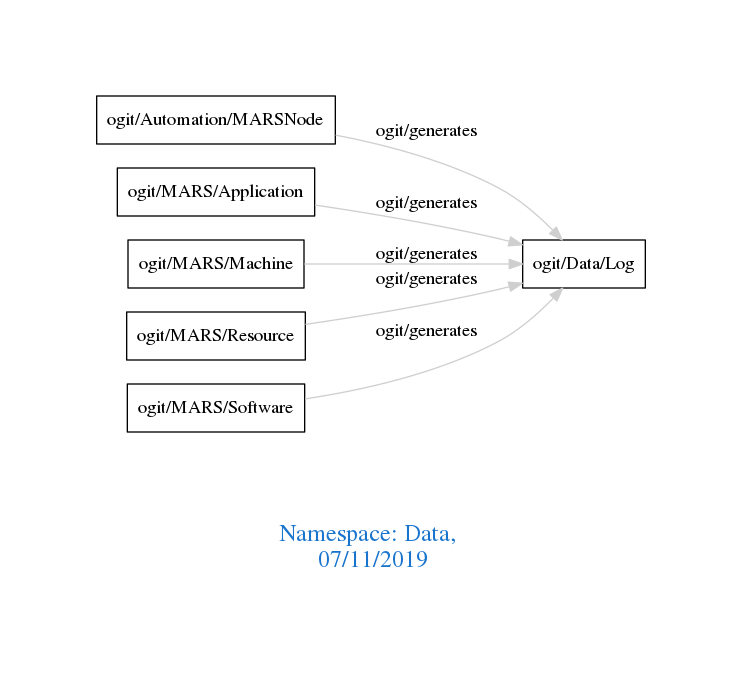
arago/OGIT keeps this Graphviz diagram as downloads/Data.png. Above is the earlier version. Its source is kept beside it as downloads/Data.dot. Its diagram source:
```dot
digraph OGIT_ontology {
 graph [ rankdir= LR,pad=1
fontsize = 18,
fontcolor= dodgerblue3,label = "\n\n\nNamespace: Data, \n 07/11/2019"];
node[shape=polygon];
edge [  color="gray81"];

   "ogit/Automation/MARSNode" -> "ogit/Data/Log" [label="   ogit/generates    "];
   "ogit/MARS/Application" -> "ogit/Data/Log" [label="   ogit/generates    "];
   "ogit/MARS/Machine" -> "ogit/Data/Log" [label="   ogit/generates    "];
   "ogit/MARS/Resource" -> "ogit/Data/Log" [label="   ogit/generates    "];
   "ogit/MARS/Software" -> "ogit/Data/Log" [label="   ogit/generates    "];
}
```
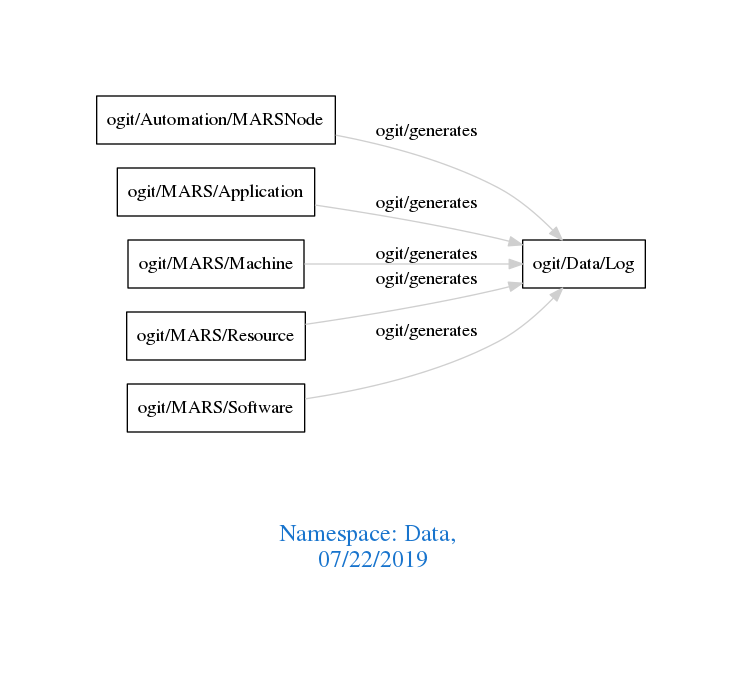
After the commit.

What changed in the source:
```diff
@@ -1,7 +1,7 @@
 digraph OGIT_ontology {
  graph [ rankdir= LR,pad=1
 fontsize = 18,
-fontcolor= dodgerblue3,label = "\n\n\nNamespace: Data, \n 07/11/2019"];
+fontcolor= dodgerblue3,label = "\n\n\nNamespace: Data, \n 07/22/2019"];
 node[shape=polygon];
 edge [  color="gray81"];
 
```
